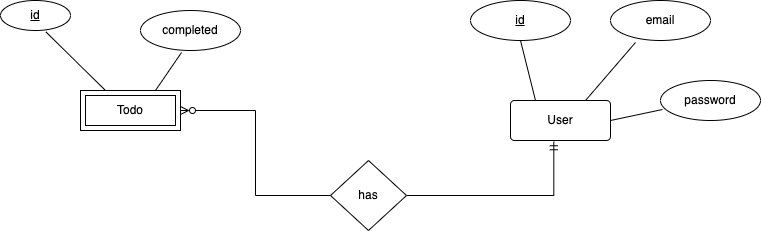
Above: ER_Diagram.png in diyonfinesco/Todo-SpringBoot-JWT (draw.io), before the change. Source tidied: cells renumbered, new cells last; positions are measured from the earlier drawing's top-left corner, leaving out a move shared by most shapes.
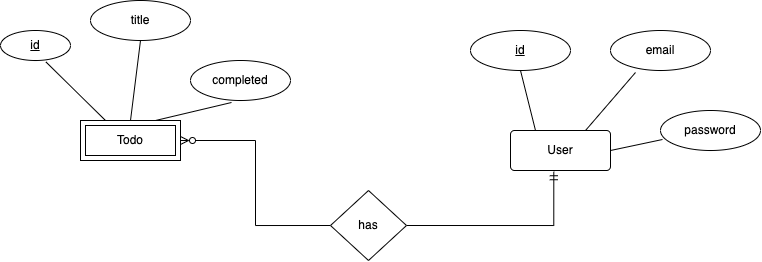
The same diagram one commit later.

The edit, as a diff of the source:
```diff
@@ -31,6 +31,9 @@
     <mxCell id="10" style="edgeStyle=none;rounded=0;jettySize=auto;html=1;exitX=0.75;exitY=0;exitDx=0;exitDy=0;entryX=0.41;entryY=1.05;entryDx=0;entryDy=0;entryPerimeter=0;endArrow=none;endFill=0;" parent="1" edge="1" source="11" target="13">
       <mxGeometry relative="1" as="geometry" />
     </mxCell>
+    <mxCell id="17" style="rounded=0;jettySize=auto;html=1;exitX=0.5;exitY=0;exitDx=0;exitDy=0;entryX=0.5;entryY=1;entryDx=0;entryDy=0;endArrow=none;endFill=0;" parent="1" edge="1" source="11" target="18">
+      <mxGeometry relative="1" as="geometry" />
+    </mxCell>
     <mxCell id="11" value="Todo" style="shape=ext;margin=3;double=1;whiteSpace=wrap;html=1;align=center;" parent="1" vertex="1">
       <mxGeometry x="80" y="90" width="100" height="40" as="geometry" />
     </mxCell>
@@ -38,7 +41,7 @@
       <mxGeometry width="70" height="30" as="geometry" />
     </mxCell>
     <mxCell id="13" value="completed" style="ellipse;whiteSpace=wrap;html=1;align=center;" parent="1" vertex="1">
-      <mxGeometry x="140" y="10" width="100" height="40" as="geometry" />
+      <mxGeometry x="190" y="30" width="100" height="40" as="geometry" />
     </mxCell>
     <mxCell id="14" style="edgeStyle=orthogonalEdgeStyle;rounded=0;jettySize=auto;html=1;exitX=1;exitY=0.5;exitDx=0;exitDy=0;endArrow=ERmandOne;endFill=0;entryX=0.433;entryY=1.031;entryDx=0;entryDy=0;entryPerimeter=0;" parent="1" edge="1" source="16" target="5">
       <mxGeometry relative="1" as="geometry" />
@@ -49,5 +52,8 @@
     <mxCell id="16" value="has" style="shape=rhombus;perimeter=rhombusPerimeter;whiteSpace=wrap;html=1;align=center;" parent="1" vertex="1">
       <mxGeometry x="330" y="160" width="76" height="70" as="geometry" />
     </mxCell>
+    <mxCell id="18" value="title" style="ellipse;whiteSpace=wrap;html=1;align=center;" parent="1" vertex="1">
+      <mxGeometry x="90" y="-30" width="100" height="40" as="geometry" />
+    </mxCell>
   </root>
 </mxGraphModel>
```
